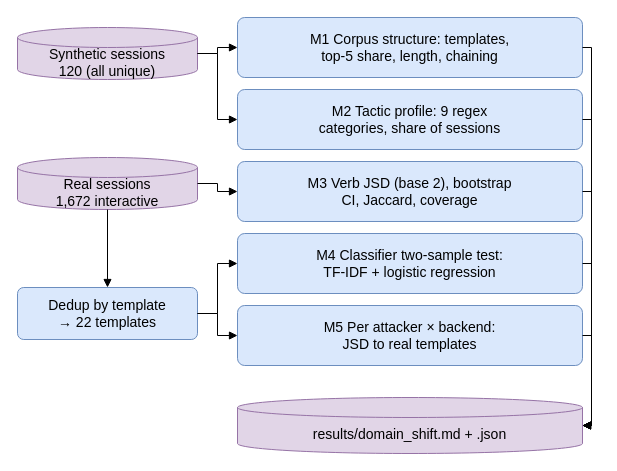
parthkansal823/Honeypot_RedTeaming-paper keeps this draw.io diagram as report/diagrams/d07_label_free_analysis.drawio. Above is the earlier version. Source tidied: cells renumbered, new cells numbered last; positions are measured from the earlier drawing's top-left corner, leaving out a move shared by most shapes. Both pictures are drawn from the tidied source at 100%, with x=0, y=0 at pixel (17, 17).
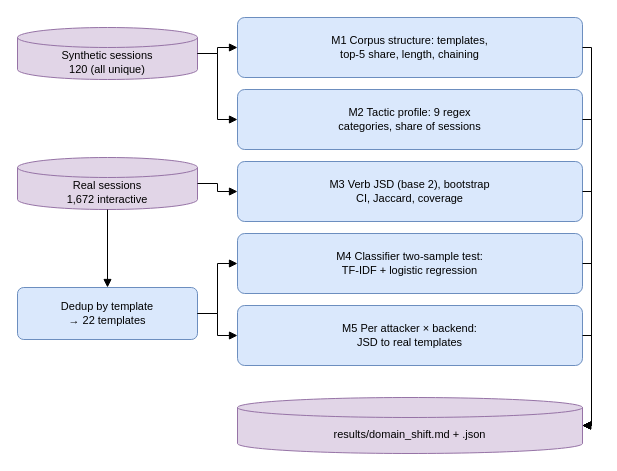
The same page after the edit.

Diff of the diagram source:
```diff
@@
-    <mxCell id="2" value="Synthetic sessions&lt;br&gt;120 (all unique)" style="shape=cylinder3;boundedLbl=1;backgroundOutline=1;size=10;whiteSpace=wrap;html=1;fillColor=#E1D5E7;strokeColor=#9673A6;fontFamily=Arial;fontSize=14;" parent="1" vertex="1">
+    <mxCell id="2" value="Synthetic sessions&lt;br&gt;120 (all unique)" style="shape=cylinder3;boundedLbl=1;backgroundOutline=1;size=10;whiteSpace=wrap;html=1;fillColor=#E1D5E7;strokeColor=#9673A6;fontFamily=Arial;fontSize=11;" parent="1" vertex="1">
       <mxGeometry y="10" width="180" height="52" as="geometry" />
     </mxCell>
-    <mxCell id="3" value="Real sessions&lt;br&gt;1,672 interactive" style="shape=cylinder3;boundedLbl=1;backgroundOutline=1;size=10;whiteSpace=wrap;html=1;fillColor=#E1D5E7;strokeColor=#9673A6;fontFamily=Arial;fontSize=14;" parent="1" vertex="1">
+    <mxCell id="3" value="Real sessions&lt;br&gt;1,672 interactive" style="shape=cylinder3;boundedLbl=1;backgroundOutline=1;size=10;whiteSpace=wrap;html=1;fillColor=#E1D5E7;strokeColor=#9673A6;fontFamily=Arial;fontSize=11;" parent="1" vertex="1">
       <mxGeometry y="140" width="180" height="52" as="geometry" />
     </mxCell>
-    <mxCell id="4" value="Dedup by template&lt;br&gt;→ 22 templates" style="rounded=1;arcSize=12;whiteSpace=wrap;html=1;fillColor=#DAE8FC;strokeColor=#6C8EBF;fontFamily=Arial;fontSize=14;" parent="1" vertex="1">
+    <mxCell id="4" value="Dedup by template&lt;br&gt;→ 22 templates" style="rounded=1;arcSize=12;whiteSpace=wrap;html=1;fillColor=#DAE8FC;strokeColor=#6C8EBF;fontFamily=Arial;fontSize=11;" parent="1" vertex="1">
       <mxGeometry y="270" width="180" height="52" as="geometry" />
     </mxCell>
-    <mxCell id="5" value="M1  Corpus structure: templates,&lt;br&gt;top-5 share, length, chaining" style="rounded=1;arcSize=12;whiteSpace=wrap;html=1;fillColor=#DAE8FC;strokeColor=#6C8EBF;fontFamily=Arial;fontSize=14;" parent="1" vertex="1">
+    <mxCell id="5" value="M1  Corpus structure: templates,&lt;br&gt;top-5 share, length, chaining" style="rounded=1;arcSize=12;whiteSpace=wrap;html=1;fillColor=#DAE8FC;strokeColor=#6C8EBF;fontFamily=Arial;fontSize=11;" parent="1" vertex="1">
       <mxGeometry x="220" width="345" height="60" as="geometry" />
     </mxCell>
-    <mxCell id="6" value="M2  Tactic profile: 9 regex&lt;br&gt;categories, share of sessions" style="rounded=1;arcSize=12;whiteSpace=wrap;html=1;fillColor=#DAE8FC;strokeColor=#6C8EBF;fontFamily=Arial;fontSize=14;" parent="1" vertex="1">
+    <mxCell id="6" value="M2  Tactic profile: 9 regex&lt;br&gt;categories, share of sessions" style="rounded=1;arcSize=12;whiteSpace=wrap;html=1;fillColor=#DAE8FC;strokeColor=#6C8EBF;fontFamily=Arial;fontSize=11;" parent="1" vertex="1">
       <mxGeometry x="220" y="72" width="345" height="60" as="geometry" />
     </mxCell>
-    <mxCell id="7" value="M3  Verb JSD (base 2), bootstrap&lt;br&gt;CI, Jaccard, coverage" style="rounded=1;arcSize=12;whiteSpace=wrap;html=1;fillColor=#DAE8FC;strokeColor=#6C8EBF;fontFamily=Arial;fontSize=14;" parent="1" vertex="1">
+    <mxCell id="7" value="M3  Verb JSD (base 2), bootstrap&lt;br&gt;CI, Jaccard, coverage" style="rounded=1;arcSize=12;whiteSpace=wrap;html=1;fillColor=#DAE8FC;strokeColor=#6C8EBF;fontFamily=Arial;fontSize=11;" parent="1" vertex="1">
       <mxGeometry x="220" y="144" width="345" height="60" as="geometry" />
     </mxCell>
-    <mxCell id="8" value="M4  Classifier two-sample test:&lt;br&gt;TF-IDF + logistic regression" style="rounded=1;arcSize=12;whiteSpace=wrap;html=1;fillColor=#DAE8FC;strokeColor=#6C8EBF;fontFamily=Arial;fontSize=14;" parent="1" vertex="1">
+    <mxCell id="8" value="M4  Classifier two-sample test:&lt;br&gt;TF-IDF + logistic regression" style="rounded=1;arcSize=12;whiteSpace=wrap;html=1;fillColor=#DAE8FC;strokeColor=#6C8EBF;fontFamily=Arial;fontSize=11;" parent="1" vertex="1">
       <mxGeometry x="220" y="216" width="345" height="60" as="geometry" />
     </mxCell>
-    <mxCell id="9" value="M5  Per attacker × backend:&lt;br&gt;JSD to real templates" style="rounded=1;arcSize=12;whiteSpace=wrap;html=1;fillColor=#DAE8FC;strokeColor=#6C8EBF;fontFamily=Arial;fontSize=14;" parent="1" vertex="1">
+    <mxCell id="9" value="M5  Per attacker × backend:&lt;br&gt;JSD to real templates" style="rounded=1;arcSize=12;whiteSpace=wrap;html=1;fillColor=#DAE8FC;strokeColor=#6C8EBF;fontFamily=Arial;fontSize=11;" parent="1" vertex="1">
       <mxGeometry x="220" y="288" width="345" height="60" as="geometry" />
     </mxCell>
-    <mxCell id="10" value="results/domain_shift.md + .json" style="shape=cylinder3;boundedLbl=1;backgroundOutline=1;size=10;whiteSpace=wrap;html=1;fillColor=#E1D5E7;strokeColor=#9673A6;fontFamily=Arial;fontSize=14;" parent="1" vertex="1">
+    <mxCell id="10" value="results/domain_shift.md + .json" style="shape=cylinder3;boundedLbl=1;backgroundOutline=1;size=10;whiteSpace=wrap;html=1;fillColor=#E1D5E7;strokeColor=#9673A6;fontFamily=Arial;fontSize=11;" parent="1" vertex="1">
       <mxGeometry x="220" y="380" width="345" height="56" as="geometry" />
     </mxCell>
```
